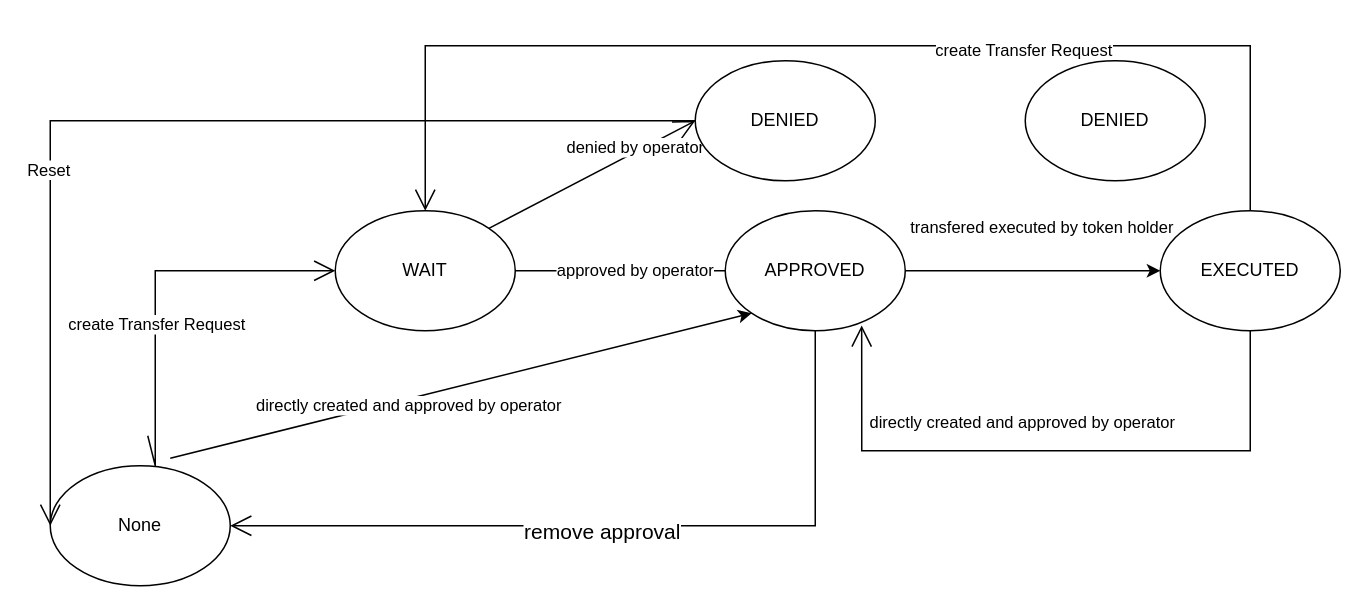
Before: page "state machine" (4 of 5) of doc/schema/virkulierung.drawio in CMTA/RuleEngine, a draw.io diagram. Source tidied: cells renumbered, new cells numbered last; positions are measured from the earlier drawing's top-left corner, leaving out a move shared by most shapes. Both pictures are drawn from the tidied source at 150%, with x=0, y=0 at pixel (50, 45).
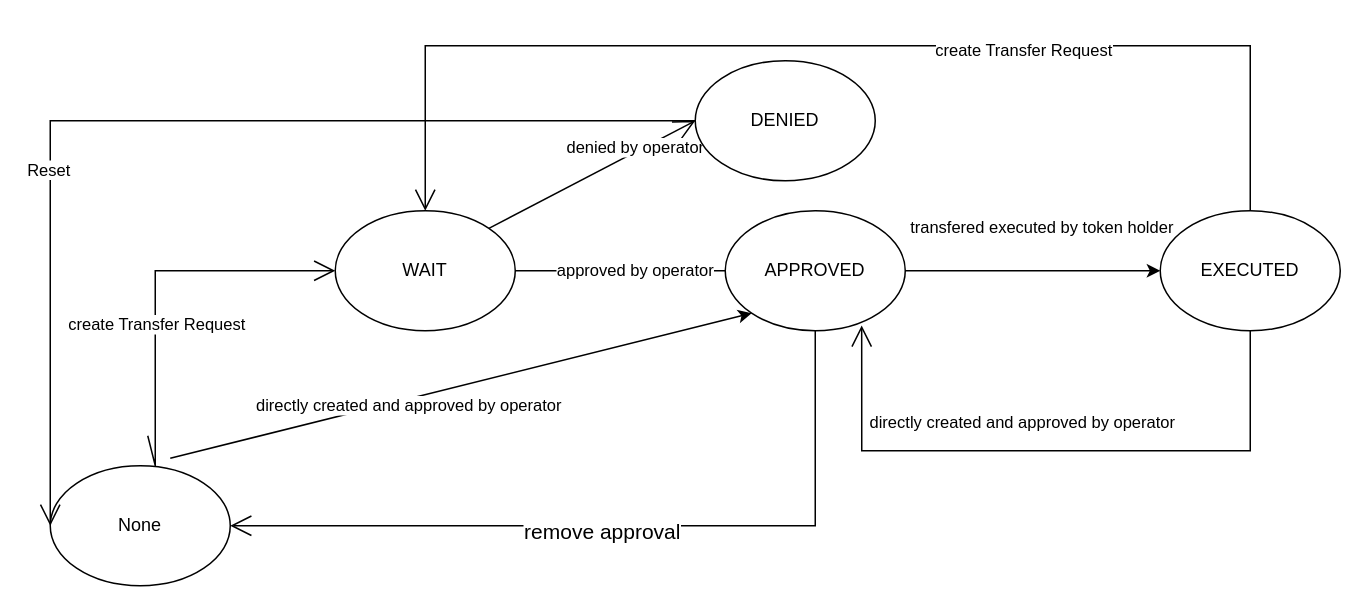
Above is the later version.

Diff of the diagram source:
```diff
@@
-    <mxCell id="23" value="DENIED" style="ellipse;whiteSpace=wrap;html=1;" parent="1" vertex="1">
-      <mxGeometry x="650" y="10" width="120" height="80" as="geometry" />
-    </mxCell>
```
